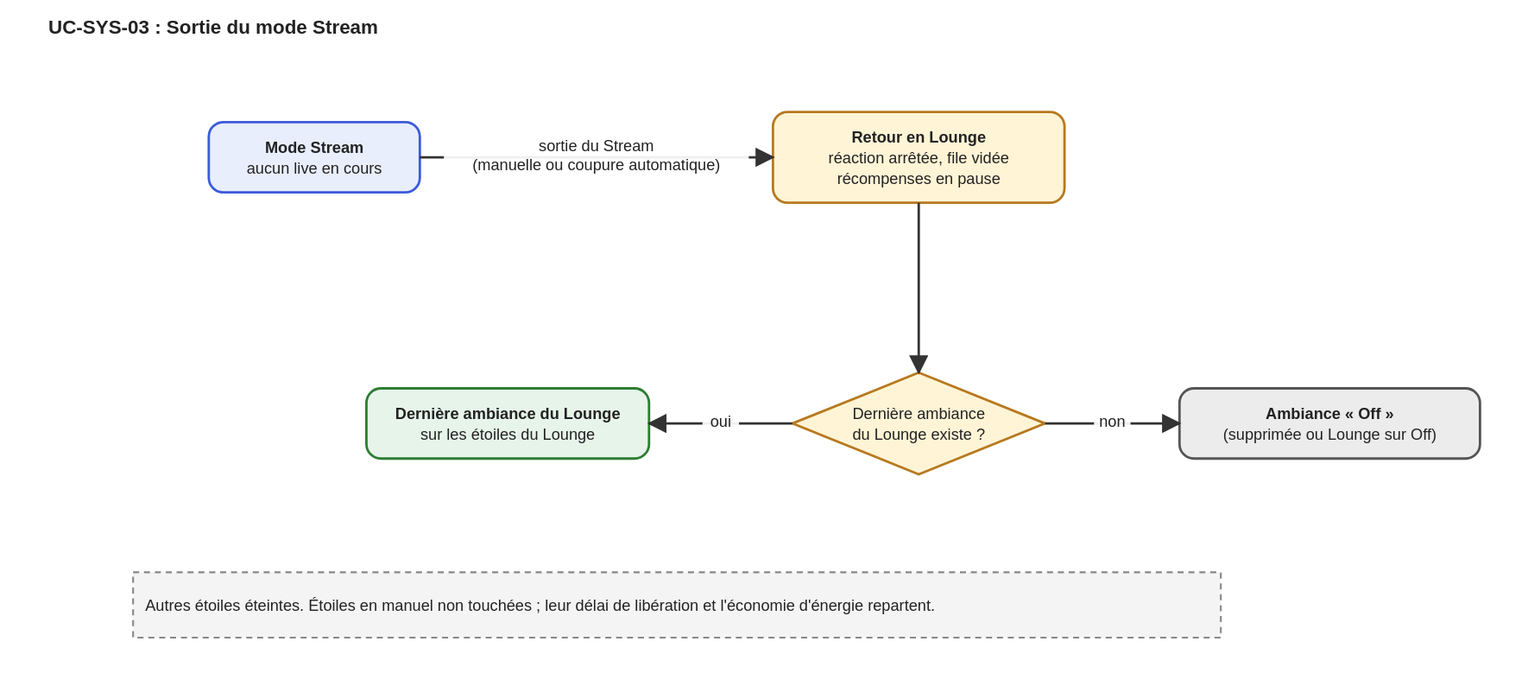
Above: docs/01-besoin/cas-d-usage/UC-SYS-03.drawio.svg in Has-san/Starlight (draw.io), before the change. Source tidied: cells renumbered, new cells last; positions are measured from the earlier drawing's top-left corner, leaving out a move shared by most shapes.
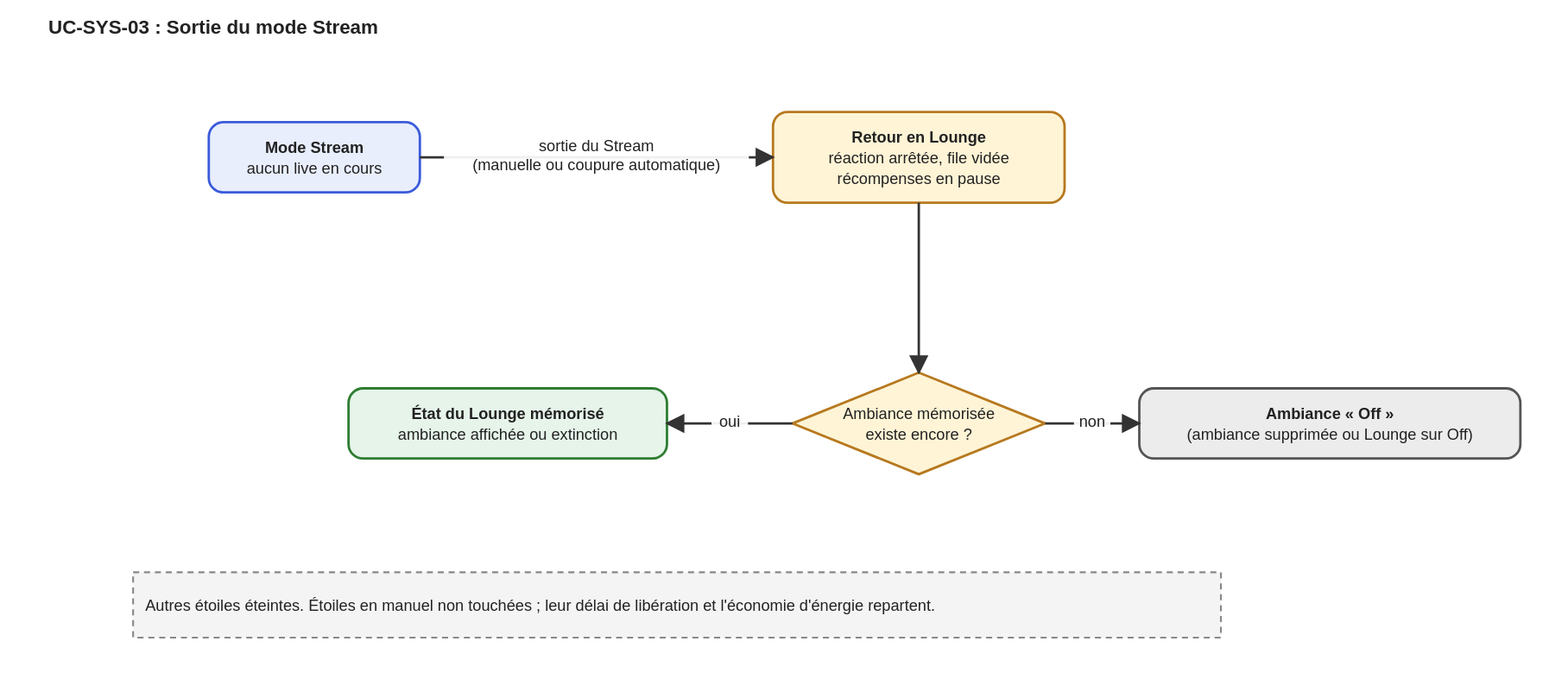
After the change.

Commit message:
docs: mémoriser l'état exact du Lounge à l'entrée en Stream (UC-SYS-02, UC-SYS-03)

Change to the diagram source:
```diff
@@ -8,14 +8,14 @@
     <mxCell id="3" value="Retour en Lounge&lt;br&gt;réaction arrêtée, file vidée&lt;br&gt;récompenses en pause" style="rounded=1;whiteSpace=wrap;html=1;fillColor=#fff4d6;strokeColor=#b7791f;strokeWidth=2;fontSize=13;" parent="1" vertex="1">
       <mxGeometry x="529.4" y="0.5" width="241.2" height="75" as="geometry" />
     </mxCell>
-    <mxCell id="4" value="Dernière ambiance&lt;br&gt;du Lounge existe ?" style="rhombus;whiteSpace=wrap;html=1;fillColor=#fff4d6;strokeColor=#b7791f;strokeWidth=2;fontSize=13;" parent="1" vertex="1">
+    <mxCell id="4" value="Ambiance mémorisée&lt;br&gt;existe encore ?" style="rhombus;whiteSpace=wrap;html=1;fillColor=#fff4d6;strokeColor=#b7791f;strokeWidth=2;fontSize=13;" parent="1" vertex="1">
       <mxGeometry x="545.5" y="216" width="209" height="84" as="geometry" />
     </mxCell>
-    <mxCell id="5" value="Dernière ambiance du Lounge&lt;br&gt;sur les étoiles du Lounge" style="rounded=1;whiteSpace=wrap;html=1;fillColor=#e6f4ea;strokeColor=#2e7d32;strokeWidth=2;fontSize=13;" parent="1" vertex="1">
-      <mxGeometry x="193.1" y="229" width="233.8" height="58" as="geometry" />
+    <mxCell id="5" value="État du Lounge mémorisé&lt;br&gt;ambiance affichée ou extinction" style="rounded=1;whiteSpace=wrap;html=1;fillColor=#e6f4ea;strokeColor=#2e7d32;strokeWidth=2;fontSize=13;" parent="1" vertex="1">
+      <mxGeometry x="178.3" y="229" width="263.4" height="58" as="geometry" />
     </mxCell>
-    <mxCell id="6" value="Ambiance « Off »&lt;br&gt;(supprimée ou Lounge sur Off)" style="rounded=1;whiteSpace=wrap;html=1;fillColor=#ececec;strokeColor=#555555;strokeWidth=2;fontSize=13;" parent="1" vertex="1">
-      <mxGeometry x="865.7" y="229" width="248.6" height="58" as="geometry" />
+    <mxCell id="6" value="Ambiance « Off »&lt;br&gt;(ambiance supprimée ou Lounge sur Off)" style="rounded=1;whiteSpace=wrap;html=1;fillColor=#ececec;strokeColor=#555555;strokeWidth=2;fontSize=13;" parent="1" vertex="1">
+      <mxGeometry x="832.4" y="229" width="315.2" height="58" as="geometry" />
     </mxCell>
     <mxCell id="7" value="Autres étoiles éteintes. Étoiles en manuel non touchées ; leur délai de libération et l'économie d'énergie repartent." style="rounded=0;dashed=1;align=left;spacingLeft=8;whiteSpace=wrap;html=1;fillColor=#f4f4f4;strokeColor=#888888;strokeWidth=2;fontSize=13;" parent="1" vertex="1">
       <mxGeometry x="0.1" y="381" width="899.8" height="54" as="geometry" />
```
